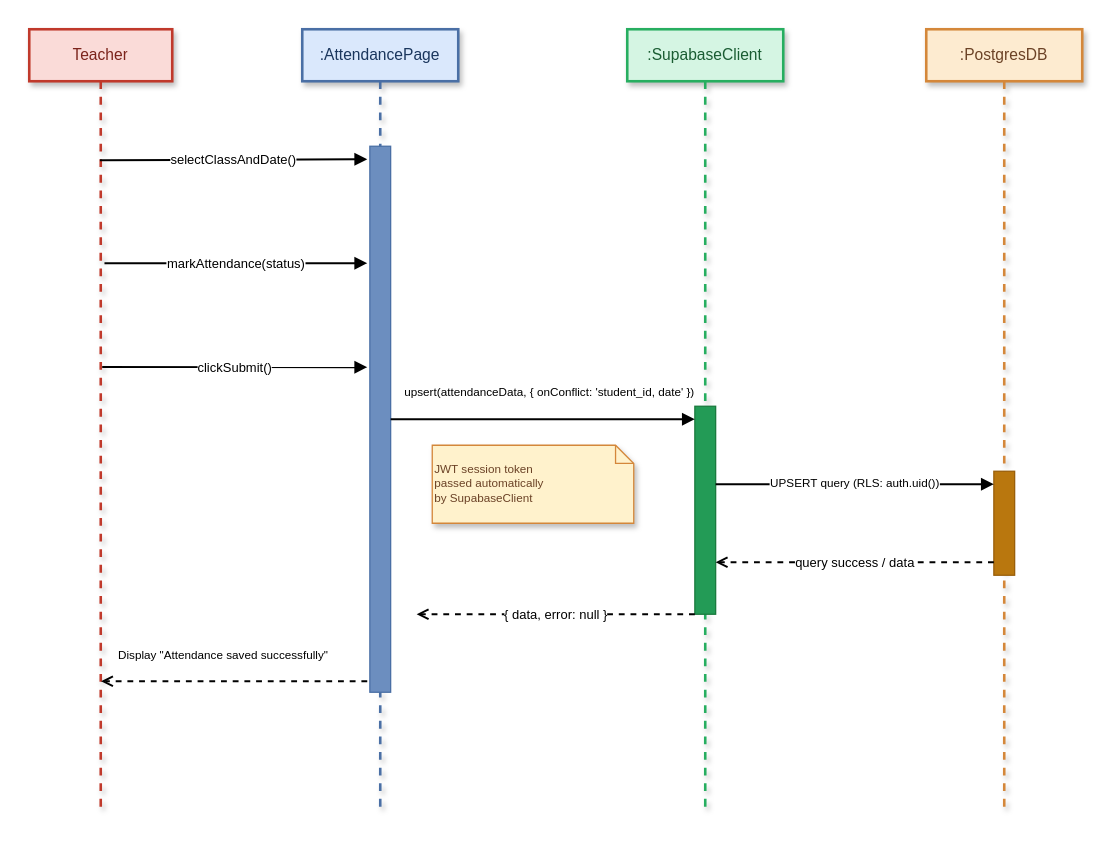
This is design/sequence-diagram.drawio from blissed-out/cse_220_week_8, a draw.io file, before an edit. Source tidied: cells renumbered, new cells numbered last; positions are measured from the earlier drawing's top-left corner, leaving out a move shared by most shapes. Both pictures are drawn from the tidied source at 130%, with x=0, y=0 at pixel (29, 29).
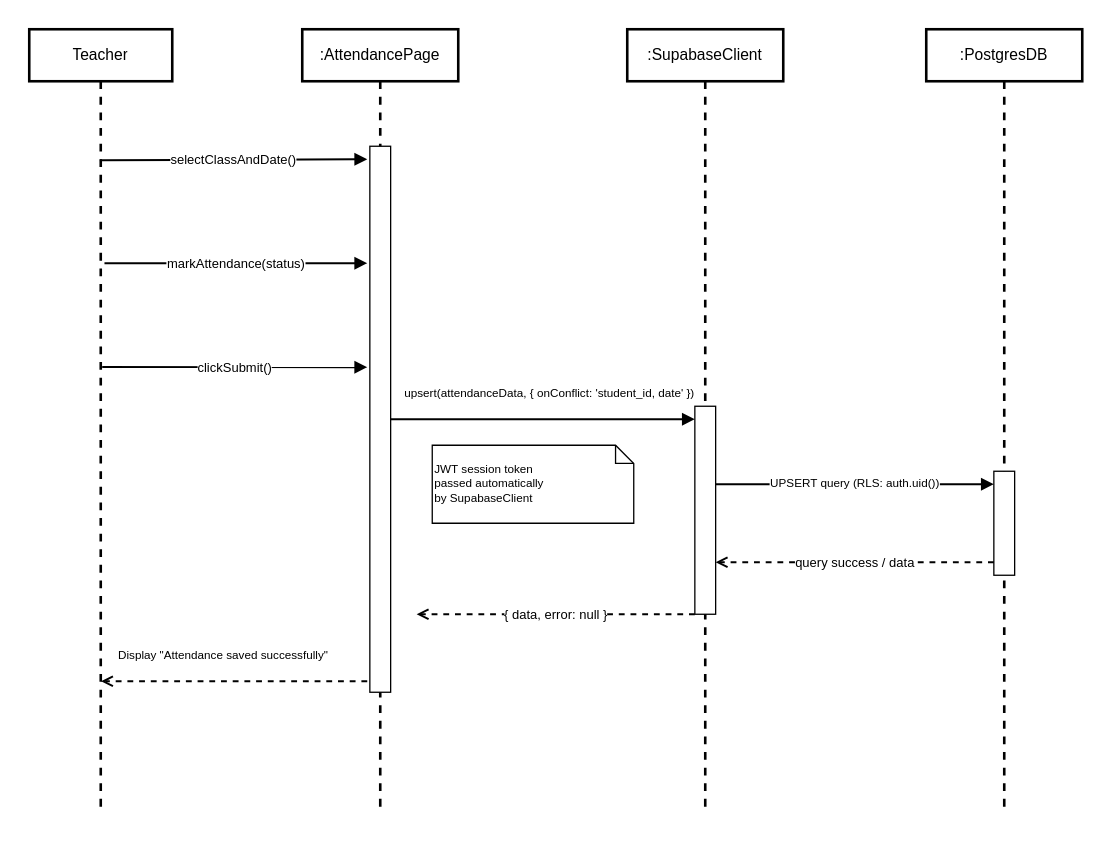
The same page after the edit.

The edit, as a diff of the source:
```diff
@@
-    <mxCell id="2" value="Teacher" style="shape=umlLifeline;html=1;shadow=1;strokeWidth=2;fontSize=12;whiteSpace=wrap;overflow=hidden;fillColor=#FADBD8;strokeColor=#C0392B;fontColor=#7B241C;" parent="1" vertex="1">
+    <mxCell id="2" value="Teacher" style="shape=umlLifeline;html=1;strokeWidth=2;fontSize=12;whiteSpace=wrap;overflow=hidden;fillColor=#ffffff;strokeColor=#000000;fontColor=#000000;" parent="1" vertex="1">
       <mxGeometry width="110" height="600" as="geometry" />
     </mxCell>
-    <mxCell id="3" value=":AttendancePage" style="shape=umlLifeline;html=1;shadow=1;strokeWidth=2;fontSize=12;whiteSpace=wrap;overflow=hidden;fillColor=#DAE8FC;strokeColor=#4A6FA5;fontColor=#1A365D;" parent="1" vertex="1">
+    <mxCell id="3" value=":AttendancePage" style="shape=umlLifeline;html=1;strokeWidth=2;fontSize=12;whiteSpace=wrap;overflow=hidden;fillColor=#ffffff;strokeColor=#000000;fontColor=#000000;" parent="1" vertex="1">
       <mxGeometry x="210" width="120" height="600" as="geometry" />
     </mxCell>
-    <mxCell id="4" value=":SupabaseClient" style="shape=umlLifeline;html=1;shadow=1;strokeWidth=2;fontSize=12;whiteSpace=wrap;overflow=hidden;fillColor=#D5F5E3;strokeColor=#27AE60;fontColor=#1A5C32;" parent="1" vertex="1">
+    <mxCell id="4" value=":SupabaseClient" style="shape=umlLifeline;html=1;strokeWidth=2;fontSize=12;whiteSpace=wrap;overflow=hidden;fillColor=#ffffff;strokeColor=#000000;fontColor=#000000;" parent="1" vertex="1">
       <mxGeometry x="460" width="120" height="600" as="geometry" />
     </mxCell>
-    <mxCell id="5" value=":PostgresDB" style="shape=umlLifeline;html=1;shadow=1;strokeWidth=2;fontSize=12;whiteSpace=wrap;overflow=hidden;fillColor=#FDEBD0;strokeColor=#D4873A;fontColor=#6B4226;" parent="1" vertex="1">
+    <mxCell id="5" value=":PostgresDB" style="shape=umlLifeline;html=1;strokeWidth=2;fontSize=12;whiteSpace=wrap;overflow=hidden;fillColor=#ffffff;strokeColor=#000000;fontColor=#000000;" parent="1" vertex="1">
       <mxGeometry x="690" width="120" height="600" as="geometry" />
     </mxCell>
-    <mxCell id="6" style="rounded=0;whiteSpace=wrap;html=1;fillColor=#6C8EBF;strokeColor=#4A6FA5;" parent="1" vertex="1">
+    <mxCell id="6" style="rounded=0;whiteSpace=wrap;html=1;fillColor=#ffffff;strokeColor=#000000;" parent="1" vertex="1">
       <mxGeometry x="262" y="90" width="16" height="420" as="geometry" />
     </mxCell>
-    <mxCell id="7" style="rounded=0;whiteSpace=wrap;html=1;fillColor=#239B56;strokeColor=#1A7A3E;" parent="1" vertex="1">
+    <mxCell id="7" style="rounded=0;whiteSpace=wrap;html=1;fillColor=#ffffff;strokeColor=#000000;" parent="1" vertex="1">
       <mxGeometry x="512" y="290" width="16" height="160" as="geometry" />
     </mxCell>
-    <mxCell id="8" style="rounded=0;whiteSpace=wrap;html=1;fillColor=#B9770E;strokeColor=#9A5F0A;" parent="1" vertex="1">
+    <mxCell id="8" style="rounded=0;whiteSpace=wrap;html=1;fillColor=#ffffff;strokeColor=#000000;" parent="1" vertex="1">
       <mxGeometry x="742" y="340" width="16" height="80" as="geometry" />
     </mxCell>
-    <mxCell id="9" value="selectClassAndDate()" style="html=1;rounded=0;fontSize=10;endArrow=block;endFill=1;strokeWidth=1.5;exitX=0.494;exitY=0.168;exitDx=0;exitDy=0;exitPerimeter=0;" parent="1" edge="1" source="2">
+    <mxCell id="9" value="selectClassAndDate()" style="html=1;rounded=0;fontSize=10;endArrow=block;endFill=1;strokeWidth=1.5;exitX=0.494;exitY=0.168;exitDx=0;exitDy=0;exitPerimeter=0;fontColor=#000000;strokeColor=#000000;" parent="1" edge="1" source="2">
       <mxGeometry as="geometry">
         <mxPoint x="260" y="100" as="targetPoint" />
       </mxGeometry>
     </mxCell>
-    <mxCell id="10" value="markAttendance(status)" style="html=1;rounded=0;fontSize=10;endArrow=block;endFill=1;strokeWidth=1.5;exitX=0.526;exitY=0.3;exitDx=0;exitDy=0;exitPerimeter=0;" parent="1" edge="1" source="2">
+    <mxCell id="10" value="markAttendance(status)" style="html=1;rounded=0;fontSize=10;endArrow=block;endFill=1;strokeWidth=1.5;exitX=0.526;exitY=0.3;exitDx=0;exitDy=0;exitPerimeter=0;fontColor=#000000;strokeColor=#000000;" parent="1" edge="1" source="2">
       <mxGeometry as="geometry">
         <mxPoint x="260" y="180" as="targetPoint" />
       </mxGeometry>
     </mxCell>
-    <mxCell id="11" value="clickSubmit()" style="html=1;rounded=0;fontSize=10;endArrow=block;endFill=1;strokeWidth=1.5;exitX=0.51;exitY=0.433;exitDx=0;exitDy=0;exitPerimeter=0;" parent="1" edge="1" source="2">
+    <mxCell id="11" value="clickSubmit()" style="html=1;rounded=0;fontSize=10;endArrow=block;endFill=1;strokeWidth=1.5;exitX=0.51;exitY=0.433;exitDx=0;exitDy=0;exitPerimeter=0;fontColor=#000000;strokeColor=#000000;" parent="1" edge="1" source="2">
       <mxGeometry as="geometry">
         <mxPoint x="260" y="260" as="targetPoint" />
       </mxGeometry>
     </mxCell>
-    <mxCell id="12" value="upsert(attendanceData, { onConflict: 'student_id, date' })" style="html=1;rounded=0;fontSize=9;endArrow=block;endFill=1;strokeWidth=1.5;exitX=1;exitY=0.5;exitDx=0;exitDy=0;" parent="1" edge="1" source="6">
+    <mxCell id="12" value="upsert(attendanceData, { onConflict: 'student_id, date' })" style="html=1;rounded=0;fontSize=9;endArrow=block;endFill=1;strokeWidth=1.5;exitX=1;exitY=0.5;exitDx=0;exitDy=0;fontColor=#000000;strokeColor=#000000;" parent="1" edge="1" source="6">
       <mxGeometry as="geometry">
         <mxPoint x="512" y="300" as="targetPoint" />
         <mxPoint x="5" y="-20" as="offset" />
       </mxGeometry>
     </mxCell>
-    <mxCell id="13" value="JWT session token&#10;passed automatically&#10;by SupabaseClient" style="shape=note;size=14;html=1;shadow=1;strokeWidth=1;fontSize=9;fillColor=#FFF2CC;strokeColor=#D4873A;fontColor=#6B4226;whiteSpace=wrap;align=left;" parent="1" vertex="1">
+    <mxCell id="13" value="JWT session token&#10;passed automatically&#10;by SupabaseClient" style="shape=note;size=14;html=1;strokeWidth=1;fontSize=9;fillColor=#ffffff;strokeColor=#000000;fontColor=#000000;whiteSpace=wrap;align=left;" parent="1" vertex="1">
       <mxGeometry x="310" y="320" width="155" height="60" as="geometry" />
     </mxCell>
-    <mxCell id="14" value="UPSERT query (RLS: auth.uid())" style="html=1;rounded=0;fontSize=9;endArrow=block;endFill=1;strokeWidth=1.5;" parent="1" edge="1">
+    <mxCell id="14" value="UPSERT query (RLS: auth.uid())" style="html=1;rounded=0;fontSize=9;endArrow=block;endFill=1;strokeWidth=1.5;fontColor=#000000;strokeColor=#000000;" parent="1" edge="1">
       <mxGeometry as="geometry">
         <mxPoint x="528" y="350" as="sourcePoint" />
         <mxPoint x="742" y="350" as="targetPoint" />
       </mxGeometry>
     </mxCell>
-    <mxCell id="15" value="query success / data" style="html=1;rounded=0;fontSize=10;dashed=1;endArrow=open;endFill=0;strokeWidth=1.5;" parent="1" edge="1">
+    <mxCell id="15" value="query success / data" style="html=1;rounded=0;fontSize=10;dashed=1;endArrow=open;endFill=0;strokeWidth=1.5;fontColor=#000000;strokeColor=#000000;" parent="1" edge="1">
       <mxGeometry as="geometry">
         <mxPoint x="742" y="410" as="sourcePoint" />
         <mxPoint x="528" y="410" as="targetPoint" />
       </mxGeometry>
     </mxCell>
-    <mxCell id="16" value="{ data, error: null }" style="html=1;rounded=0;fontSize=10;dashed=1;endArrow=open;endFill=0;strokeWidth=1.5;" parent="1" edge="1">
+    <mxCell id="16" value="{ data, error: null }" style="html=1;rounded=0;fontSize=10;dashed=1;endArrow=open;endFill=0;strokeWidth=1.5;fontColor=#000000;strokeColor=#000000;" parent="1" edge="1">
       <mxGeometry as="geometry">
         <mxPoint x="512" y="450" as="sourcePoint" />
         <mxPoint x="298" y="450" as="targetPoint" />
       </mxGeometry>
     </mxCell>
-    <mxCell id="17" value="Display &quot;Attendance saved successfully&quot;" style="html=1;rounded=0;fontSize=9;dashed=1;endArrow=open;endFill=0;strokeWidth=1.5;entryX=0.502;entryY=0.836;entryDx=0;entryDy=0;entryPerimeter=0;" parent="1" edge="1" target="2">
+    <mxCell id="17" value="Display &quot;Attendance saved successfully&quot;" style="html=1;rounded=0;fontSize=9;dashed=1;endArrow=open;endFill=0;strokeWidth=1.5;entryX=0.502;entryY=0.836;entryDx=0;entryDy=0;entryPerimeter=0;fontColor=#000000;strokeColor=#000000;" parent="1" edge="1" target="2">
       <mxGeometry as="geometry">
         <mxPoint x="260" y="501.6" as="sourcePoint" />
         <mxPoint x="-9" y="-20" as="offset" />
       </mxGeometry>
     </mxCell>
```
